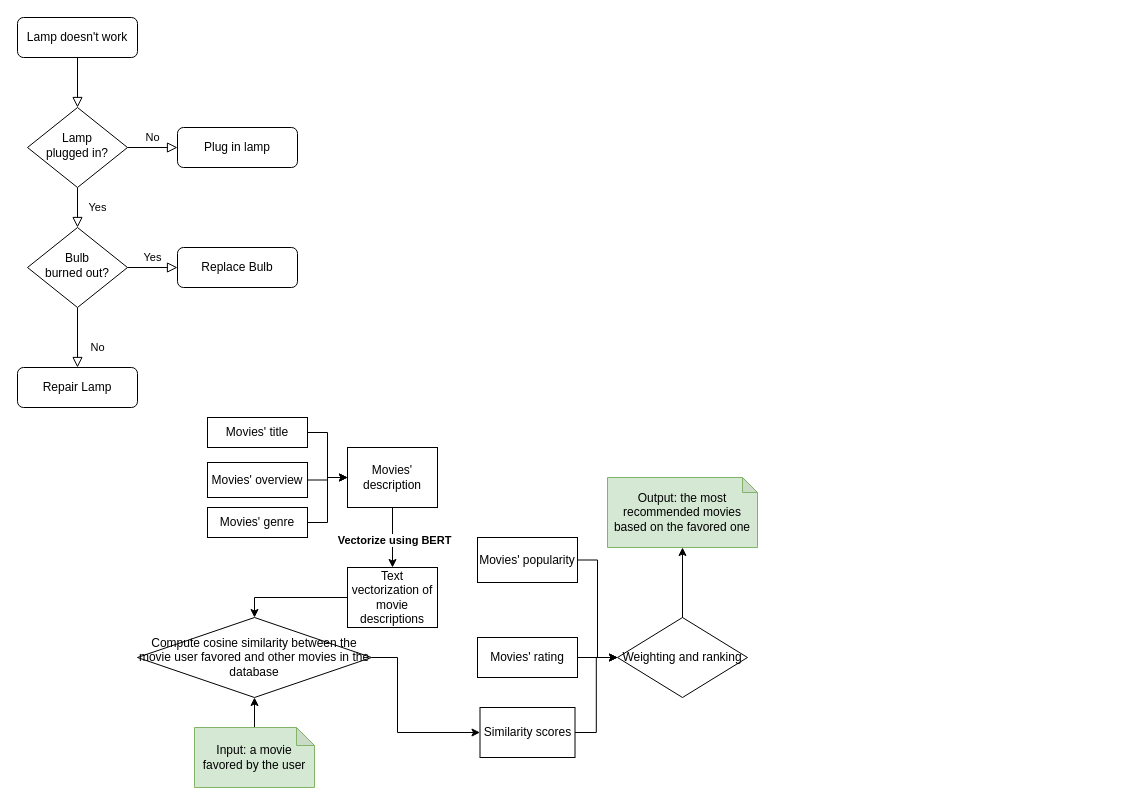
The draw.io diagram test.drawio in huaruoji/draw.io, before the edit. Source tidied: cells renumbered, new cells numbered last; positions are measured from the earlier drawing's top-left corner, leaving out a move shared by most shapes. Both pictures are drawn from the tidied source at 100%, with x=0, y=0 at pixel (17, 17).
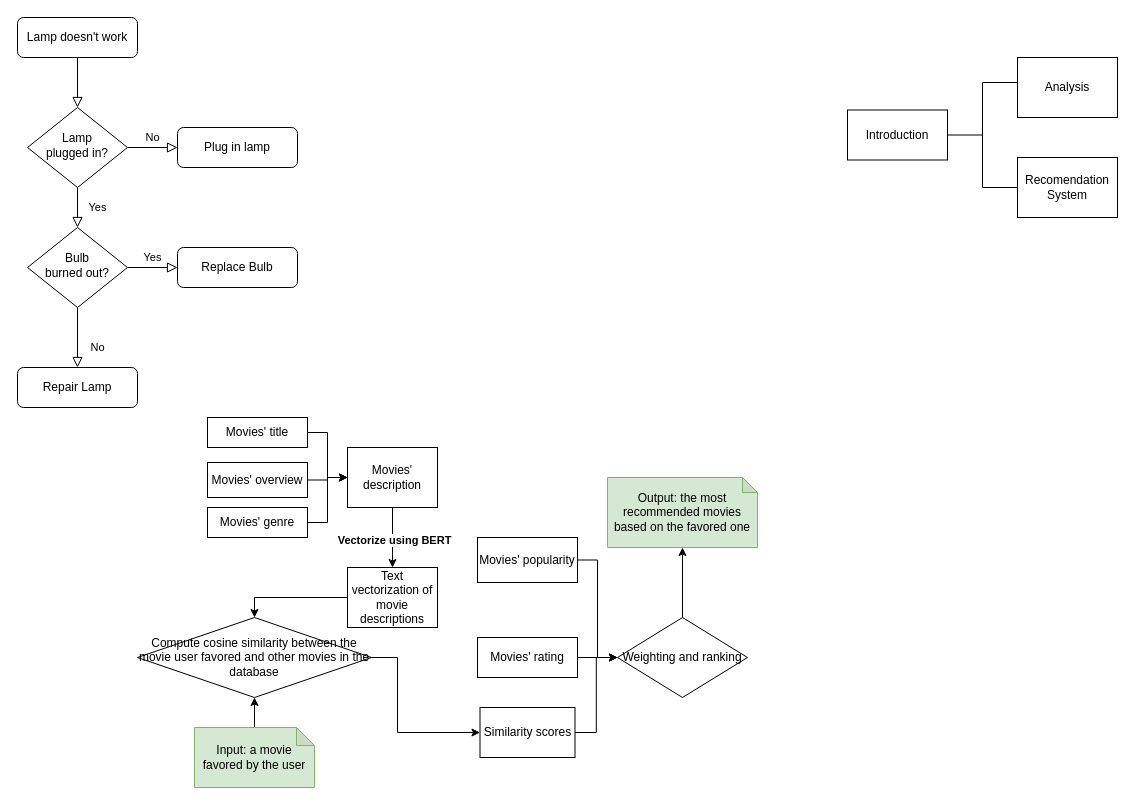
The same page after the edit.

What changed in the source:
```diff
@@
+    <mxCell id="37" value="Introduction" style="rounded=0;whiteSpace=wrap;html=1;" parent="1" vertex="1">
+      <mxGeometry x="830" y="92.5" width="100" height="50" as="geometry" />
+    </mxCell>
+    <mxCell id="38" value="Analysis" style="rounded=0;whiteSpace=wrap;html=1;" parent="1" vertex="1">
+      <mxGeometry x="1000" y="40" width="100" height="60" as="geometry" />
+    </mxCell>
+    <mxCell id="39" style="strokeWidth=1;html=1;shape=mxgraph.flowchart.annotation_2;align=left;labelPosition=right;" parent="1" vertex="1">
+      <mxGeometry x="930" y="65" width="70" height="105" as="geometry" />
+    </mxCell>
+    <mxCell id="40" value="Recomendation System" style="rounded=0;whiteSpace=wrap;html=1;" parent="1" vertex="1">
+      <mxGeometry x="1000" y="140" width="100" height="60" as="geometry" />
+    </mxCell>
```
